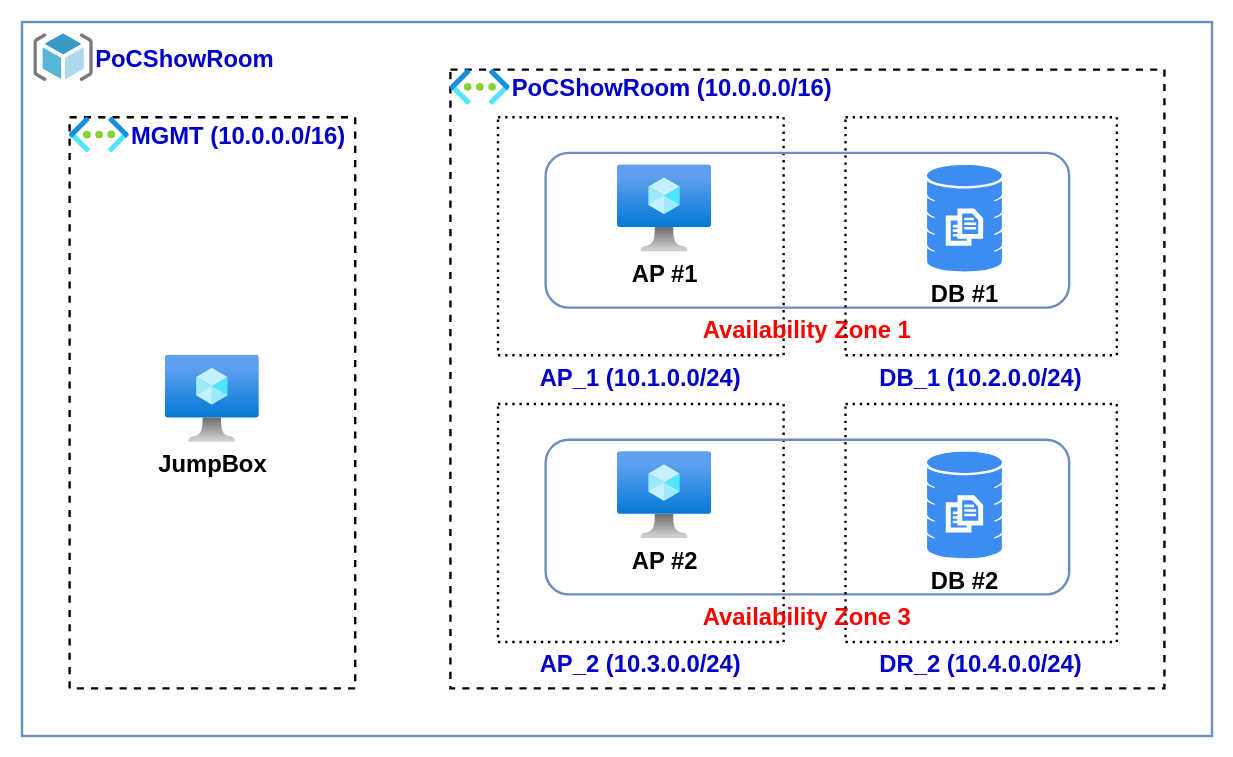
Earlier version of the draw.io diagram page "페이지-2" (2 of 2) of assets/category/Azure/2023/03/03/Ver2.drawio (min-ser/min-ser.github.io). Source tidied: cells renumbered, new cells numbered last; positions are measured from the earlier drawing's top-left corner, leaving out a move shared by most shapes. Both pictures are drawn from the tidied source at 119%, with x=0, y=0 at pixel (21, 21).
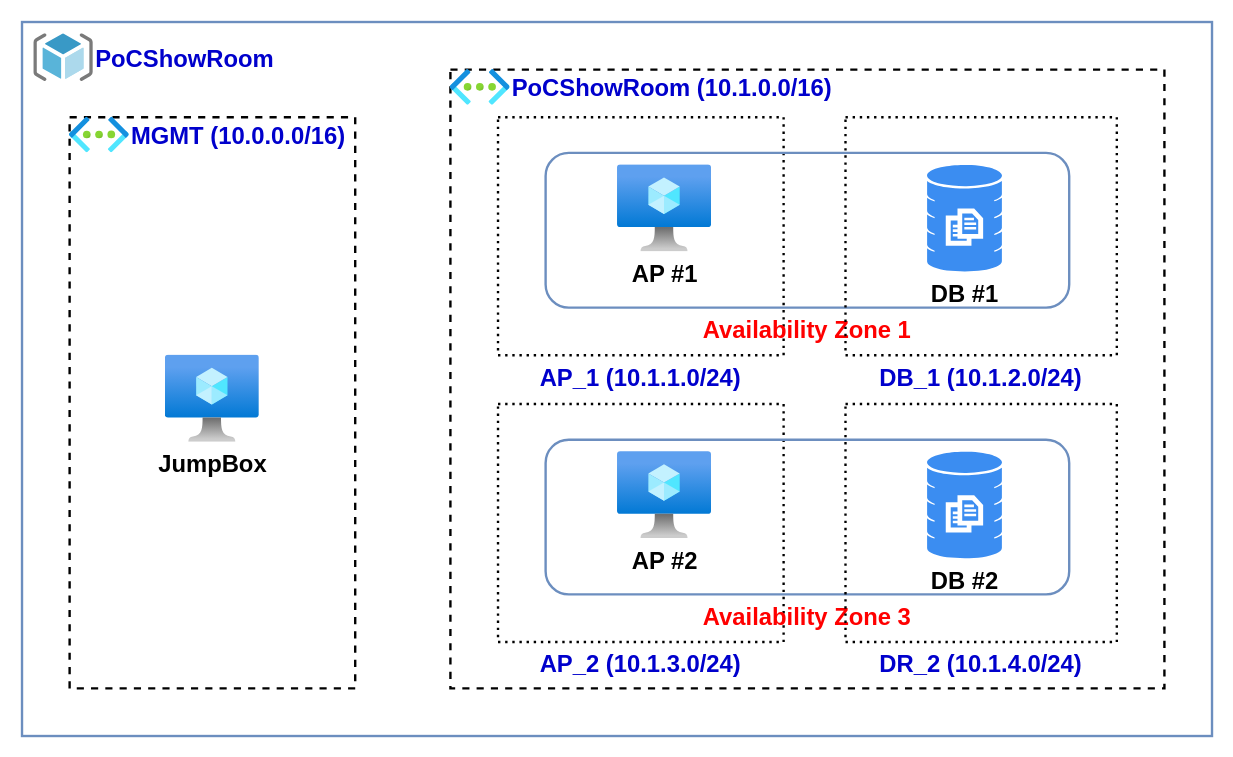
Above is the later version.

The edit, as a diff of the source:
```diff
@@
 <mxGraphModel>
   <root>
     <mxCell id="0" />
     <mxCell id="1" parent="0" />
     <mxCell id="2" style="rounded=0;whiteSpace=wrap;html=1;fillColor=none;strokeColor=#6c8ebf;strokeWidth=2;" parent="1" vertex="1">
       <mxGeometry width="1000" height="600" as="geometry" />
     </mxCell>
     <mxCell id="3" value="&lt;font color=&quot;#0000cc&quot; style=&quot;font-size: 20px;&quot;&gt;&lt;b&gt;PoCShowRoom&lt;/b&gt;&lt;/font&gt;" style="sketch=0;html=1;align=left;image;fontSize=12;image=img/lib/mscae/ResourceGroup.svg;labelPosition=right;verticalLabelPosition=middle;verticalAlign=middle;" parent="1" vertex="1">
       <mxGeometry x="10" y="10" width="50" height="40" as="geometry" />
     </mxCell>
     <mxCell id="4" value="&lt;b&gt;&lt;font style=&quot;font-size: 20px;&quot;&gt;&lt;br&gt;&lt;/font&gt;&lt;/b&gt;" style="rounded=0;whiteSpace=wrap;html=1;strokeWidth=2;fillColor=none;dashed=1;labelPosition=center;verticalLabelPosition=bottom;align=center;verticalAlign=top;" parent="1" vertex="1">
       <mxGeometry x="40" y="80" width="240" height="480" as="geometry" />
     </mxCell>
     <mxCell id="5" style="rounded=0;whiteSpace=wrap;html=1;dashed=1;strokeWidth=2;fontSize=20;fontColor=#0000CC;fillColor=none;" parent="1" vertex="1">
       <mxGeometry x="360" y="40" width="600" height="520" as="geometry" />
     </mxCell>
-    <mxCell id="6" value="&lt;b&gt;AP_1 (10.1.0.0/24)&lt;/b&gt;" style="rounded=0;whiteSpace=wrap;html=1;dashed=1;dashPattern=1 2;strokeWidth=2;fontSize=20;fontColor=#0000CC;fillColor=none;labelPosition=center;verticalLabelPosition=bottom;align=center;verticalAlign=top;" parent="1" vertex="1">
+    <mxCell id="6" value="&lt;b&gt;AP_1 (10.1.1.0/24)&lt;/b&gt;" style="rounded=0;whiteSpace=wrap;html=1;dashed=1;dashPattern=1 2;strokeWidth=2;fontSize=20;fontColor=#0000CC;fillColor=none;labelPosition=center;verticalLabelPosition=bottom;align=center;verticalAlign=top;" parent="1" vertex="1">
       <mxGeometry x="400" y="80" width="240" height="200" as="geometry" />
     </mxCell>
-    <mxCell id="7" value="&lt;b&gt;AP_2 (10.3.0.0/24)&lt;/b&gt;" style="rounded=0;whiteSpace=wrap;html=1;dashed=1;dashPattern=1 2;strokeWidth=2;fontSize=20;fontColor=#0000CC;fillColor=none;labelPosition=center;verticalLabelPosition=bottom;align=center;verticalAlign=top;" parent="1" vertex="1">
+    <mxCell id="7" value="&lt;b&gt;AP_2 (10.1.3.0/24)&lt;/b&gt;" style="rounded=0;whiteSpace=wrap;html=1;dashed=1;dashPattern=1 2;strokeWidth=2;fontSize=20;fontColor=#0000CC;fillColor=none;labelPosition=center;verticalLabelPosition=bottom;align=center;verticalAlign=top;" parent="1" vertex="1">
       <mxGeometry x="400" y="321" width="240" height="200" as="geometry" />
     </mxCell>
     <mxCell id="8" value="&lt;font style=&quot;font-size: 20px;&quot;&gt;&lt;b&gt;MGMT (10.0.0.0/16)&lt;br&gt;&lt;/b&gt;&lt;/font&gt;" style="html=1;align=left;image;fontSize=12;image=img/lib/azure2/networking/Virtual_Networks.svg;dashed=1;dashPattern=1 2;strokeWidth=2;fontColor=#0000CC;fillColor=none;labelPosition=right;verticalLabelPosition=middle;verticalAlign=middle;" parent="1" vertex="1">
       <mxGeometry x="40" y="80" width="50.2" height="30" as="geometry" />
     </mxCell>
-    <mxCell id="9" value="&lt;font style=&quot;font-size: 20px;&quot;&gt;&lt;b&gt;PoCShowRoom (10.0.0.0/16)&lt;/b&gt;&lt;/font&gt;" style="html=1;align=left;image;fontSize=12;image=img/lib/azure2/networking/Virtual_Networks.svg;dashed=1;dashPattern=1 2;strokeWidth=2;fontColor=#0000CC;fillColor=none;labelPosition=right;verticalLabelPosition=middle;verticalAlign=middle;" parent="1" vertex="1">
+    <mxCell id="9" value="&lt;font style=&quot;font-size: 20px;&quot;&gt;&lt;b&gt;PoCShowRoom (10.1.0.0/16)&lt;/b&gt;&lt;/font&gt;" style="html=1;align=left;image;fontSize=12;image=img/lib/azure2/networking/Virtual_Networks.svg;dashed=1;dashPattern=1 2;strokeWidth=2;fontColor=#0000CC;fillColor=none;labelPosition=right;verticalLabelPosition=middle;verticalAlign=middle;" parent="1" vertex="1">
       <mxGeometry x="360" y="40" width="50.2" height="30" as="geometry" />
     </mxCell>
     <mxCell id="10" value="&lt;font style=&quot;font-size: 20px;&quot;&gt;JumpBox&lt;/font&gt;" style="html=1;align=center;image;fontSize=12;image=img/lib/azure2/compute/Virtual_Machine.svg;dashed=1;dashPattern=1 2;strokeWidth=2;fillColor=none;fontStyle=1;" parent="1" vertex="1">
       <mxGeometry x="120.5" y="280" width="79" height="73.3" as="geometry" />
     </mxCell>
     <mxCell id="11" value="&lt;font style=&quot;font-size: 20px;&quot;&gt;AP #1&lt;/font&gt;" style="html=1;align=center;image;fontSize=12;image=img/lib/azure2/compute/Virtual_Machine.svg;dashed=1;dashPattern=1 2;strokeWidth=2;fillColor=none;fontStyle=1;" parent="1" vertex="1">
       <mxGeometry x="500.5" y="120" width="79" height="73.3" as="geometry" />
     </mxCell>
     <mxCell id="12" value="&lt;font style=&quot;font-size: 20px;&quot;&gt;AP #2&lt;/font&gt;" style="html=1;align=center;image;fontSize=12;image=img/lib/azure2/compute/Virtual_Machine.svg;dashed=1;dashPattern=1 2;strokeWidth=2;fillColor=none;fontStyle=1;" parent="1" vertex="1">
       <mxGeometry x="500.5" y="361" width="79" height="73.3" as="geometry" />
     </mxCell>
     <mxCell id="13" value="&lt;font color=&quot;#000000&quot;&gt;DB #1&lt;/font&gt;" style="sketch=0;html=1;strokeColor=none;shadow=0;align=center;verticalAlign=top;fillColor=#3B8DF1;shape=mxgraph.gcp2.database_3;dashed=1;dashPattern=1 2;strokeWidth=2;fontSize=20;fontColor=#0000CC;labelPosition=center;verticalLabelPosition=bottom;fontStyle=1;" parent="1" vertex="1">
       <mxGeometry x="760.5" y="120" width="63" height="90" as="geometry" />
     </mxCell>
     <mxCell id="14" value="&lt;font color=&quot;#000000&quot;&gt;DB #2&lt;/font&gt;" style="sketch=0;html=1;strokeColor=none;shadow=0;align=center;verticalAlign=top;fillColor=#3B8DF1;shape=mxgraph.gcp2.database_3;dashed=1;dashPattern=1 2;strokeWidth=2;fontSize=20;fontColor=#0000CC;labelPosition=center;verticalLabelPosition=bottom;fontStyle=1;" parent="1" vertex="1">
       <mxGeometry x="760.5" y="361" width="63" height="90" as="geometry" />
     </mxCell>
     <mxCell id="15" value="&lt;b&gt;Availability Zone 1&lt;/b&gt;" style="rounded=1;whiteSpace=wrap;html=1;strokeWidth=2;fontSize=20;fillColor=none;strokeColor=#6c8ebf;labelPosition=center;verticalLabelPosition=bottom;align=center;verticalAlign=top;fontColor=#FF0000;" parent="1" vertex="1">
       <mxGeometry x="440" y="110" width="440" height="130" as="geometry" />
     </mxCell>
     <mxCell id="16" value="&lt;b&gt;Availability Zone 3&lt;/b&gt;" style="rounded=1;whiteSpace=wrap;html=1;strokeWidth=2;fontSize=20;fillColor=none;strokeColor=#6c8ebf;labelPosition=center;verticalLabelPosition=bottom;align=center;verticalAlign=top;fontColor=#FF0000;" parent="1" vertex="1">
       <mxGeometry x="440" y="351" width="440" height="130" as="geometry" />
     </mxCell>
-    <mxCell id="17" value="&lt;b&gt;DB_1 (10.2.0.0/24)&lt;/b&gt;" style="rounded=0;whiteSpace=wrap;html=1;dashed=1;dashPattern=1 2;strokeWidth=2;fontSize=20;fontColor=#0000CC;fillColor=none;labelPosition=center;verticalLabelPosition=bottom;align=center;verticalAlign=top;" parent="1" vertex="1">
+    <mxCell id="17" value="&lt;b&gt;DB_1 (10.1.2.0/24)&lt;/b&gt;" style="rounded=0;whiteSpace=wrap;html=1;dashed=1;dashPattern=1 2;strokeWidth=2;fontSize=20;fontColor=#0000CC;fillColor=none;labelPosition=center;verticalLabelPosition=bottom;align=center;verticalAlign=top;" parent="1" vertex="1">
       <mxGeometry x="692" y="80" width="228" height="200" as="geometry" />
     </mxCell>
-    <mxCell id="18" value="&lt;b&gt;DR_2 (10.4.0.0/24)&lt;/b&gt;" style="rounded=0;whiteSpace=wrap;html=1;dashed=1;dashPattern=1 2;strokeWidth=2;fontSize=20;fontColor=#0000CC;fillColor=none;labelPosition=center;verticalLabelPosition=bottom;align=center;verticalAlign=top;" parent="1" vertex="1">
+    <mxCell id="18" value="&lt;b&gt;DR_2 (10.1.4.0/24)&lt;/b&gt;" style="rounded=0;whiteSpace=wrap;html=1;dashed=1;dashPattern=1 2;strokeWidth=2;fontSize=20;fontColor=#0000CC;fillColor=none;labelPosition=center;verticalLabelPosition=bottom;align=center;verticalAlign=top;" parent="1" vertex="1">
       <mxGeometry x="692" y="321" width="228" height="200" as="geometry" />
     </mxCell>
   </root>
 </mxGraphModel>
```
